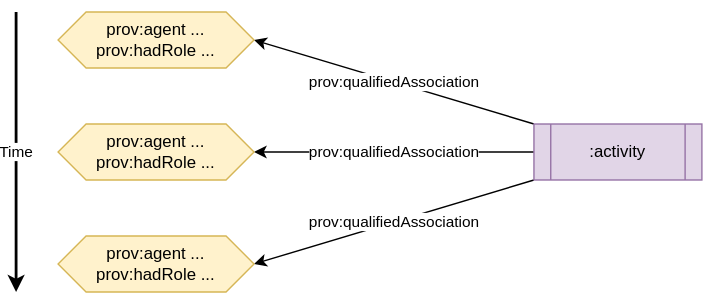
swiss/paf-link keeps this draw.io diagram as img/agents.svg. Above is the earlier version. Source tidied: cells renumbered, new cells last; positions are measured from the earlier drawing's top-left corner, leaving out a move shared by most shapes.
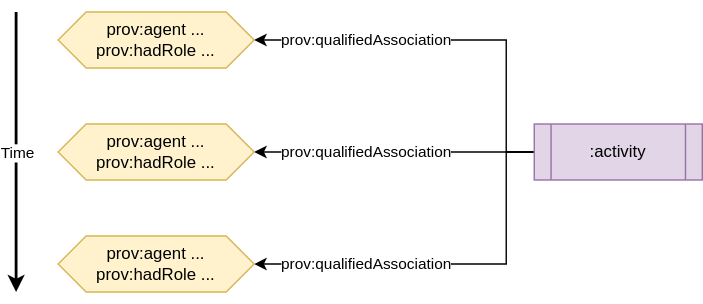
Above is the later version.

Commit message:
change agents figure

Change to the diagram source:
```diff
@@ -2,14 +2,24 @@
   <root>
     <mxCell id="0" />
     <mxCell id="1" parent="0" />
-    <mxCell id="2" value="prov:qualifiedAssociation" style="edgeStyle=none;rounded=0;html=1;exitX=0;exitY=0;exitDx=0;exitDy=0;entryX=1;entryY=0.5;entryDx=0;entryDy=0;" parent="1" edge="1" source="5" target="8">
-      <mxGeometry relative="1" as="geometry" />
+    <mxCell id="2" value="prov:qualifiedAssociation" style="edgeStyle=orthogonalEdgeStyle;rounded=0;html=1;exitX=0;exitY=0.5;exitDx=0;exitDy=0;entryX=1;entryY=0.5;entryDx=0;entryDy=0;" parent="1" edge="1" source="5" target="8">
+      <mxGeometry x="0.43" relative="1" as="geometry">
+        <Array as="points">
+          <mxPoint x="350" y="100" />
+          <mxPoint x="350" y="20" />
+        </Array>
+      </mxGeometry>
     </mxCell>
-    <mxCell id="3" value="prov:qualifiedAssociation" style="edgeStyle=none;rounded=0;html=1;exitX=0;exitY=1;exitDx=0;exitDy=0;entryX=1;entryY=0.5;entryDx=0;entryDy=0;" parent="1" edge="1" source="5" target="9">
-      <mxGeometry relative="1" as="geometry" />
+    <mxCell id="3" value="prov:qualifiedAssociation" style="edgeStyle=orthogonalEdgeStyle;rounded=0;html=1;exitX=0;exitY=0.5;exitDx=0;exitDy=0;entryX=1;entryY=0.5;entryDx=0;entryDy=0;" parent="1" edge="1" source="5" target="9">
+      <mxGeometry x="0.43" relative="1" as="geometry">
+        <Array as="points">
+          <mxPoint x="350" y="100" />
+          <mxPoint x="350" y="180" />
+        </Array>
+      </mxGeometry>
     </mxCell>
     <mxCell id="4" value="prov:qualifiedAssociation" style="edgeStyle=none;rounded=0;html=1;exitX=0;exitY=0.5;exitDx=0;exitDy=0;entryX=1;entryY=0.5;entryDx=0;entryDy=0;" parent="1" edge="1" source="5" target="10">
-      <mxGeometry relative="1" as="geometry" />
+      <mxGeometry x="0.2" relative="1" as="geometry" />
     </mxCell>
     <mxCell id="5" value=":activity" style="shape=process;whiteSpace=wrap;html=1;backgroundOutline=1;fillColor=#e1d5e7;strokeColor=#9673a6;" parent="1" vertex="1">
       <mxGeometry x="370" y="80" width="120" height="40" as="geometry" />
```
